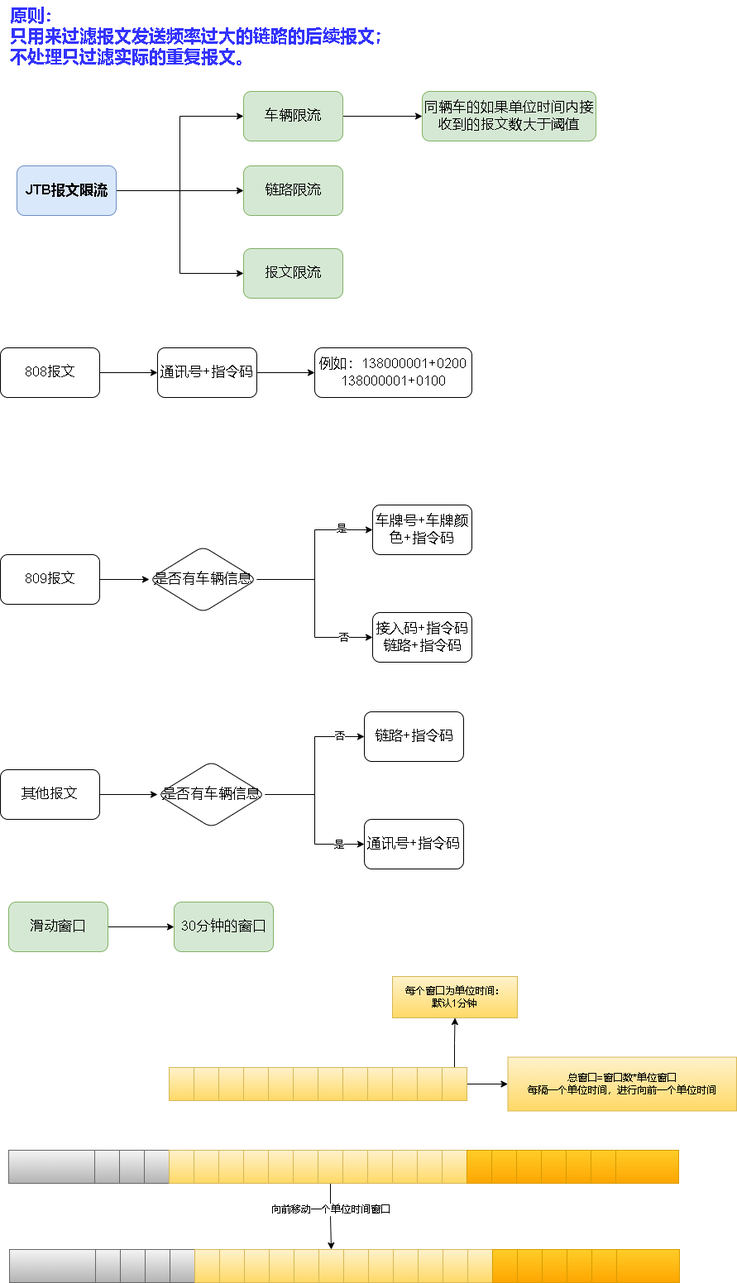
Earlier version of the draw.io export jtb报文限流.drawio.png (xktder/draw). Source tidied: cells renumbered, new cells last; positions are measured from the earlier drawing's top-left corner, leaving out a move shared by most shapes.
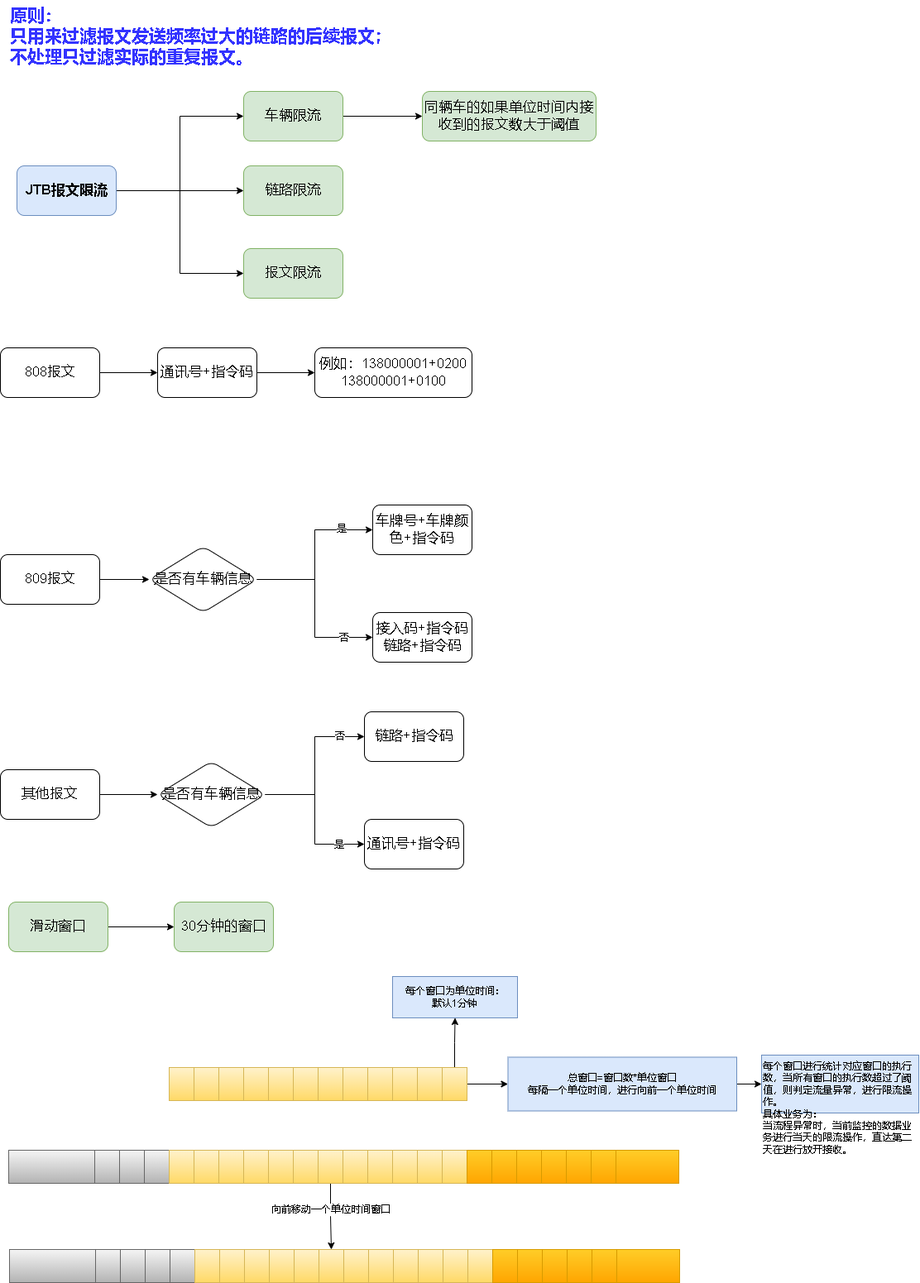
The same diagram one commit later.

Commit message:
更新jtb报文限流.drawio.png

What changed in the source:
```diff
@@ -232,10 +232,13 @@
     <mxCell id="75" style="rounded=0;whiteSpace=wrap;html=1;fontSize=12;fillColor=#fff2cc;gradientColor=#ffd966;strokeColor=#d6b656;" parent="1" vertex="1">
       <mxGeometry x="534" y="1290" width="30" height="40" as="geometry" />
     </mxCell>
-    <mxCell id="76" value="每个窗口为单位时间：&lt;br&gt;默认1分钟" style="whiteSpace=wrap;html=1;fillColor=#fff2cc;strokeColor=#d6b656;rounded=0;gradientColor=#ffd966;" parent="1" vertex="1">
+    <mxCell id="76" value="每个窗口为单位时间：&lt;br&gt;默认1分钟" style="whiteSpace=wrap;html=1;fillColor=#dae8fc;strokeColor=#6c8ebf;rounded=0;" parent="1" vertex="1">
       <mxGeometry x="474" y="1180" width="151" height="50" as="geometry" />
     </mxCell>
+    <mxCell id="104" style="edgeStyle=orthogonalEdgeStyle;rounded=0;jettySize=auto;html=1;fontSize=12;fontColor=#000000;" parent="1" edge="1" source="77" target="105">
+      <mxGeometry relative="1" as="geometry" />
+    </mxCell>
-    <mxCell id="77" value="总窗口=窗口数*单位窗口&lt;br&gt;每隔一个单位时间，进行向前一个单位时间" style="whiteSpace=wrap;html=1;fillColor=#fff2cc;strokeColor=#d6b656;rounded=0;gradientColor=#ffd966;" parent="1" vertex="1">
+    <mxCell id="77" value="总窗口=窗口数*单位窗口&lt;br&gt;每隔一个单位时间，进行向前一个单位时间" style="whiteSpace=wrap;html=1;fillColor=#dae8fc;strokeColor=#6c8ebf;rounded=0;" parent="1" vertex="1">
       <mxGeometry x="613.5" y="1277.5" width="276.5" height="65" as="geometry" />
     </mxCell>
     <mxCell id="78" style="rounded=0;whiteSpace=wrap;html=1;fontSize=12;fillColor=#f5f5f5;strokeColor=#666666;gradientColor=#b3b3b3;" parent="1" vertex="1">
@@ -316,5 +319,8 @@
     <mxCell id="103" style="rounded=0;whiteSpace=wrap;html=1;fontSize=12;fillColor=#ffcd28;gradientColor=#ffa500;strokeColor=#d79b00;" parent="1" vertex="1">
       <mxGeometry x="745" y="1510" width="76" height="40" as="geometry" />
     </mxCell>
+    <mxCell id="105" value="每个窗口进行统计对应窗口的执行数，当所有窗口的执行数超过了阈值，则判定流量异常，进行限流操作。&lt;br&gt;具体业务为：&lt;br&gt;当流程异常时，当前监控的数据业务进行当天的限流操作，直达第二天在进行放开接收。" style="whiteSpace=wrap;html=1;fillColor=#dae8fc;strokeColor=#6c8ebf;rounded=0;align=left;verticalAlign=top;" parent="1" vertex="1">
+      <mxGeometry x="920" y="1275" width="190" height="70" as="geometry" />
+    </mxCell>
   </root>
 </mxGraphModel>
```
